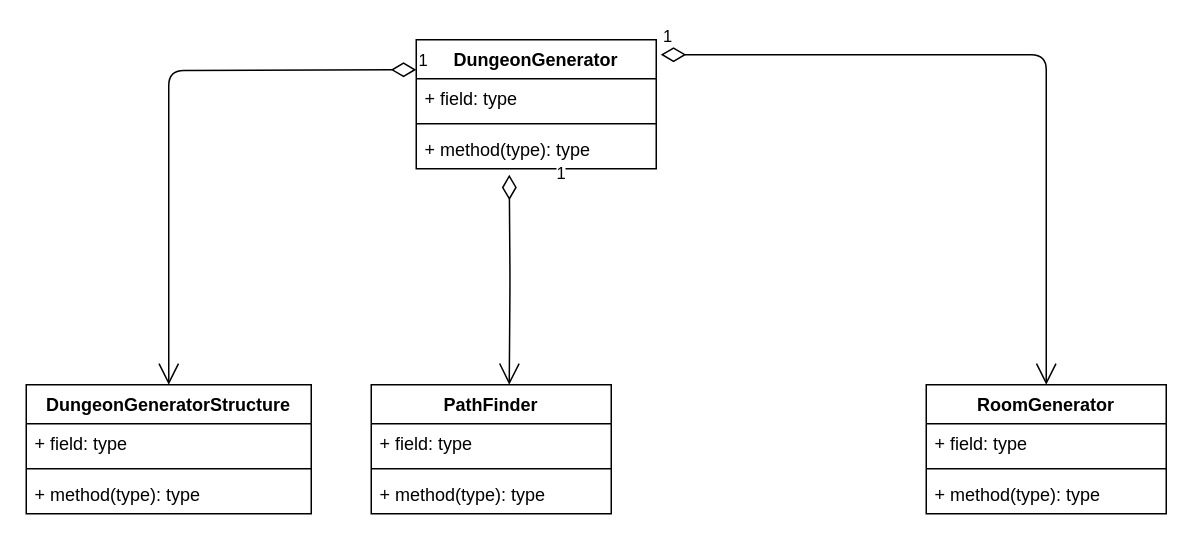
This is drawio/Plan-v2.drawio from ne-dungeon/project-dungeon, a draw.io file, before an edit. Source tidied: cells renumbered, new cells numbered last; positions are measured from the earlier drawing's top-left corner, leaving out a move shared by most shapes. Both pictures are drawn from the tidied source at 150%, with x=0, y=0 at pixel (26, 39).
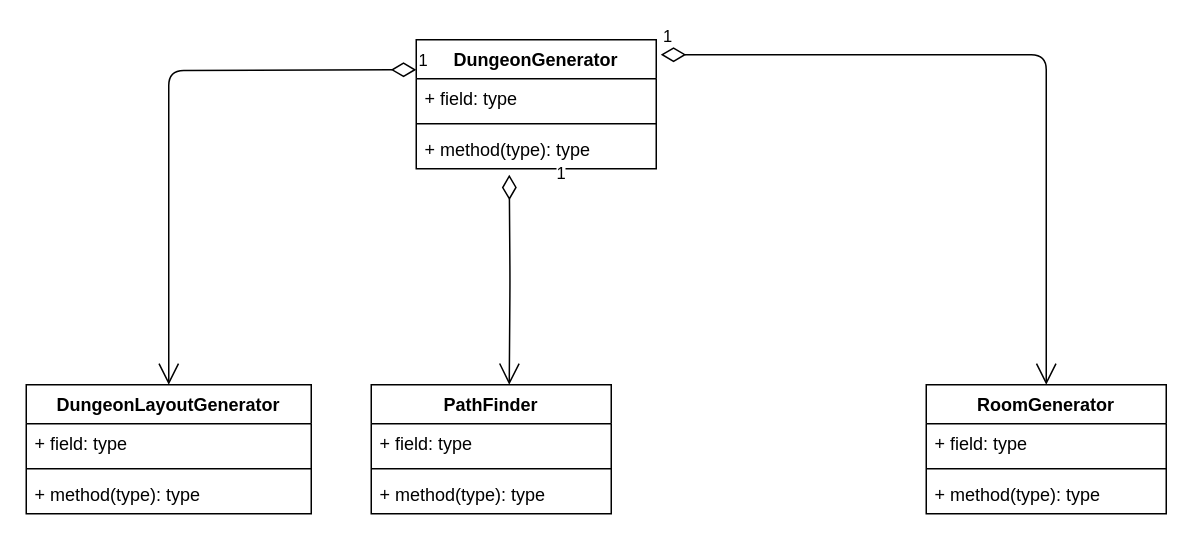
After the change.

Change to the diagram source:
```diff
@@
-    <mxCell id="6" value="DungeonGeneratorStructure" style="swimlane;fontStyle=1;align=center;verticalAlign=top;horizontal=1;startSize=26;" parent="1" vertex="1">
+    <mxCell id="6" value="DungeonLayoutGenerator" style="swimlane;fontStyle=1;align=center;verticalAlign=top;horizontal=1;startSize=26;" parent="1" vertex="1">
       <mxGeometry y="230" width="190" height="86" as="geometry" />
     </mxCell>
```
